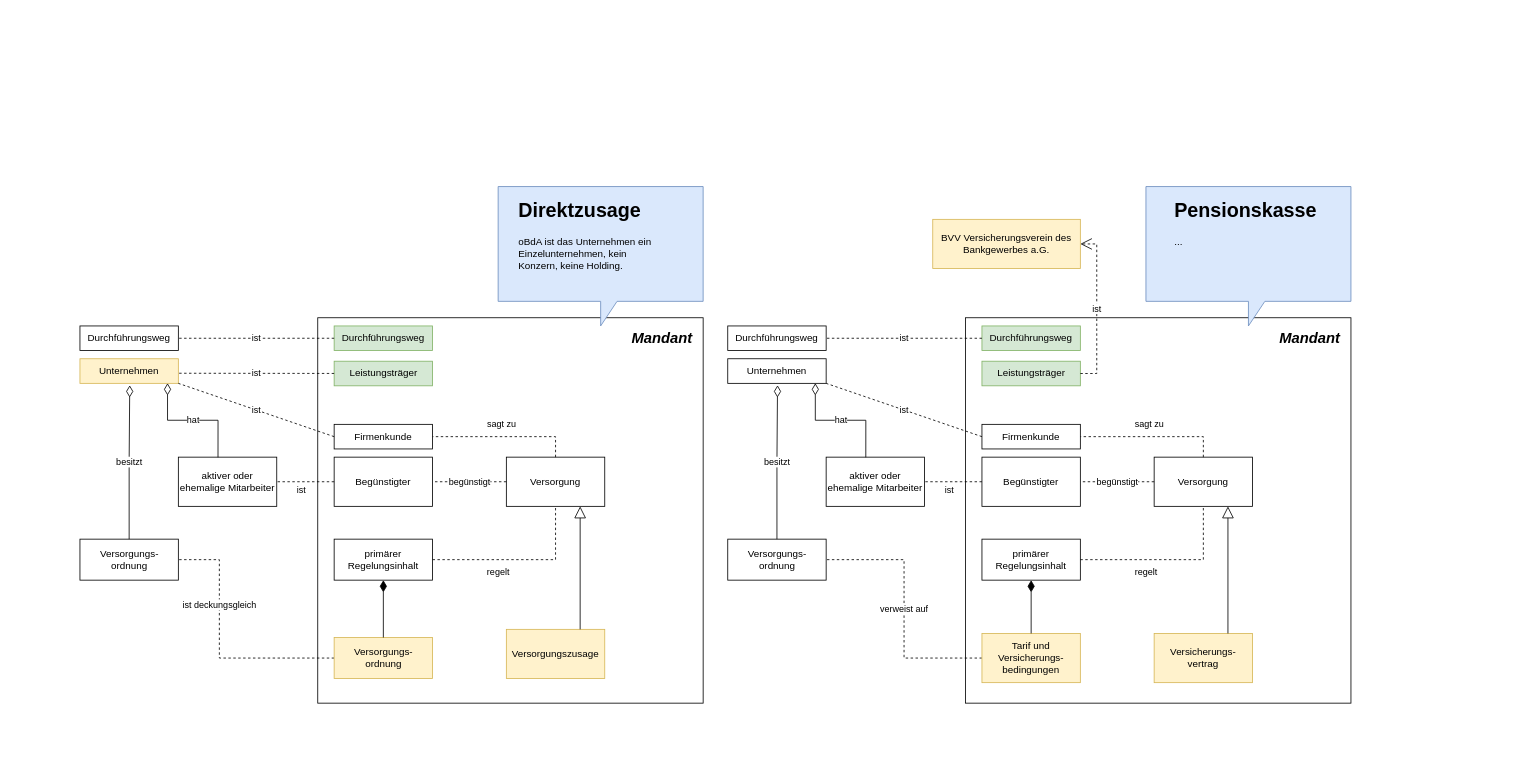
tzepter/diagrams keeps this draw.io diagram as struktur_bavos.drawio. Above is the earlier version. Source tidied: cells renumbered, new cells numbered last; positions are measured from the earlier drawing's top-left corner, leaving out a move shared by most shapes. Both pictures are drawn from the tidied source at 82%, with x=0, y=0 at pixel (80, 186).
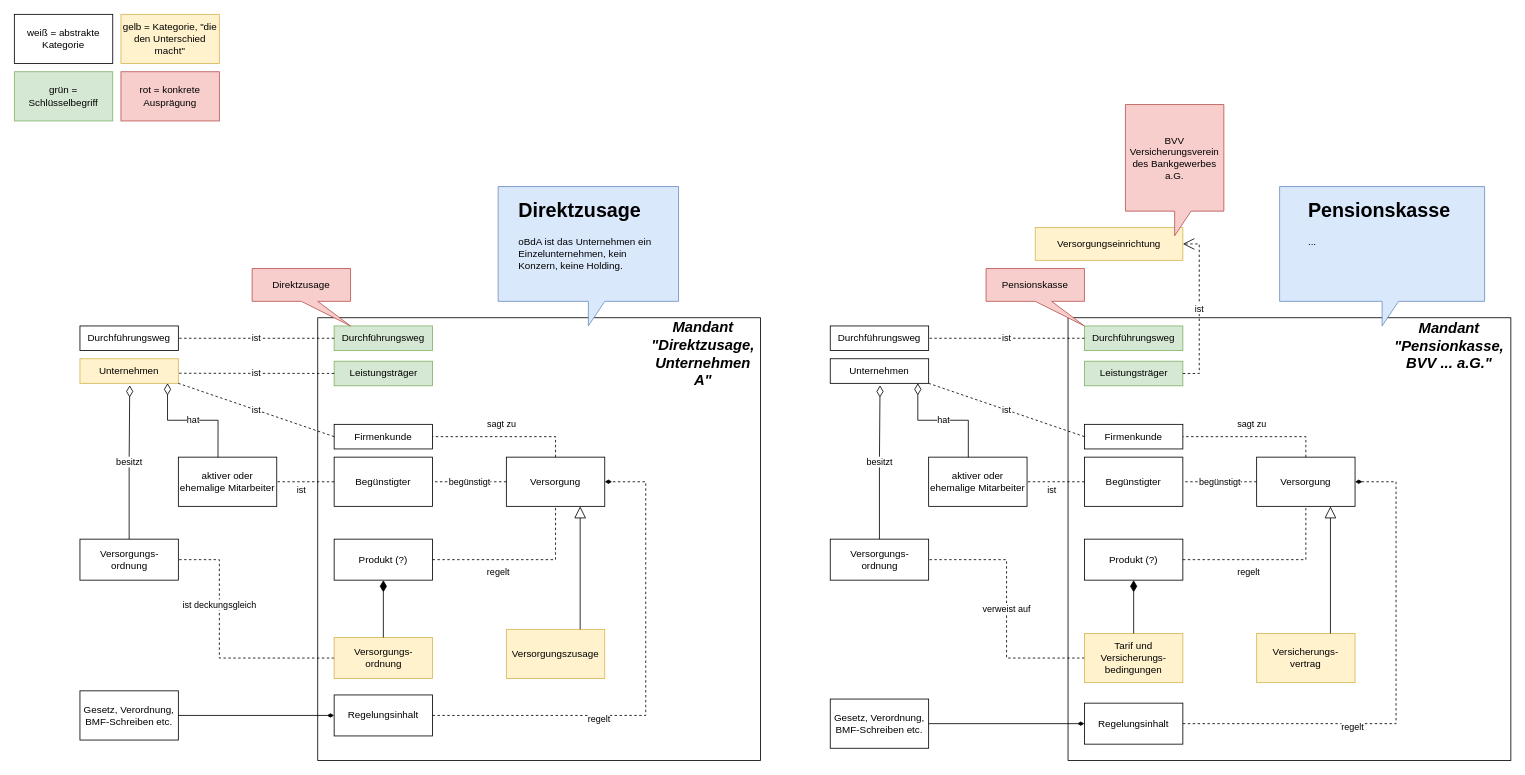
The same page after the edit.

Unchanged cells that the change refers to:
```xml
<mxCell id="18" value="&lt;div&gt;Versorgung&lt;/div&gt;" style="rounded=0;whiteSpace=wrap;html=1;" parent="1" vertex="1">
  <mxGeometry x="520" y="330" width="120" height="60" as="geometry" />
</mxCell>
```

Change to the diagram source:
```diff
@@
     <mxCell id="2" style="whiteSpace=wrap;html=1;" parent="1" vertex="1">
-      <mxGeometry x="290" y="160" width="470" height="470" as="geometry" />
+      <mxGeometry x="290" y="160" width="540" height="540" as="geometry" />
     </mxCell>
@@
-    <mxCell id="11" value="primärer Regelungsinhalt" style="rounded=0;whiteSpace=wrap;html=1;" parent="1" vertex="1">
+    <mxCell id="11" value="Produkt (?)" style="rounded=0;whiteSpace=wrap;html=1;" parent="1" vertex="1">
       <mxGeometry x="310" y="430" width="120" height="50" as="geometry" />
     </mxCell>
@@
     <mxCell id="23" style="whiteSpace=wrap;html=1;" parent="1" vertex="1">
-      <mxGeometry x="1080" y="160" width="470" height="470" as="geometry" />
+      <mxGeometry x="1205" y="160" width="540" height="540" as="geometry" />
     </mxCell>
     <mxCell id="24" value="&lt;div&gt;Unternehmen&lt;/div&gt;" style="rounded=0;whiteSpace=wrap;html=1;" parent="1" vertex="1">
-      <mxGeometry x="790" y="210" width="120" height="30" as="geometry" />
+      <mxGeometry x="915" y="210" width="120" height="30" as="geometry" />
     </mxCell>
     <mxCell id="25" value="Durchführungsweg" style="rounded=0;whiteSpace=wrap;html=1;" parent="1" vertex="1">
-      <mxGeometry x="790" y="170" width="120" height="30" as="geometry" />
+      <mxGeometry x="915" y="170" width="120" height="30" as="geometry" />
     </mxCell>
     <mxCell id="26" value="Leistungsträger" style="html=1;fillColor=#d5e8d4;strokeColor=#82b366;" parent="1" vertex="1">
-      <mxGeometry x="1100" y="213" width="120" height="30" as="geometry" />
+      <mxGeometry x="1225" y="213" width="120" height="30" as="geometry" />
     </mxCell>
     <mxCell id="27" value="Durchführungsweg" style="rounded=0;whiteSpace=wrap;html=1;fillColor=#d5e8d4;strokeColor=#82b366;" parent="1" vertex="1">
-      <mxGeometry x="1100" y="170" width="120" height="30" as="geometry" />
+      <mxGeometry x="1225" y="170" width="120" height="30" as="geometry" />
     </mxCell>
     <mxCell id="28" value="ist" style="endArrow=open;endSize=12;dashed=1;html=1;rounded=0;entryX=1;entryY=0.5;entryDx=0;entryDy=0;exitX=1;exitY=0.5;exitDx=0;exitDy=0;edgeStyle=orthogonalEdgeStyle;" parent="1" edge="1" source="26" target="44">
       <mxGeometry relative="1" as="geometry">
         <Array as="points">
-          <mxPoint x="1240" y="228" />
-          <mxPoint x="1240" y="70" />
+          <mxPoint x="1365" y="228" />
+          <mxPoint x="1365" y="70" />
         </Array>
       </mxGeometry>
     </mxCell>
@@
     <mxCell id="30" value="&lt;div&gt;Versorgungs-&lt;/div&gt;&lt;div&gt;ordnung&lt;/div&gt;" style="html=1;" parent="1" vertex="1">
-      <mxGeometry x="790" y="430" width="120" height="50" as="geometry" />
+      <mxGeometry x="915" y="430" width="120" height="50" as="geometry" />
     </mxCell>
@@
-    <mxCell id="32" value="primärer Regelungsinhalt" style="rounded=0;whiteSpace=wrap;html=1;" parent="1" vertex="1">
-      <mxGeometry x="1100" y="430" width="120" height="50" as="geometry" />
+    <mxCell id="32" value="Produkt (?)" style="rounded=0;whiteSpace=wrap;html=1;" parent="1" vertex="1">
+      <mxGeometry x="1225" y="430" width="120" height="50" as="geometry" />
     </mxCell>
     <mxCell id="33" value="Firmenkunde" style="rounded=0;whiteSpace=wrap;html=1;" parent="1" vertex="1">
-      <mxGeometry x="1100" y="290" width="120" height="30" as="geometry" />
+      <mxGeometry x="1225" y="290" width="120" height="30" as="geometry" />
     </mxCell>
     <mxCell id="34" value="Begünstigter" style="rounded=0;whiteSpace=wrap;html=1;" parent="1" vertex="1">
-      <mxGeometry x="1100" y="330" width="120" height="60" as="geometry" />
+      <mxGeometry x="1225" y="330" width="120" height="60" as="geometry" />
     </mxCell>
     <mxCell id="35" value="aktiver oder ehemalige Mitarbeiter" style="rounded=0;whiteSpace=wrap;html=1;" parent="1" vertex="1">
-      <mxGeometry x="910" y="330" width="120" height="60" as="geometry" />
+      <mxGeometry x="1035" y="330" width="120" height="60" as="geometry" />
     </mxCell>
@@
     <mxCell id="39" value="&lt;div&gt;Versorgung&lt;/div&gt;" style="rounded=0;whiteSpace=wrap;html=1;" parent="1" vertex="1">
-      <mxGeometry x="1310" y="330" width="120" height="60" as="geometry" />
+      <mxGeometry x="1435" y="330" width="120" height="60" as="geometry" />
     </mxCell>
     <mxCell id="40" value="sagt zu" style="endArrow=none;endSize=12;dashed=1;html=1;rounded=0;exitX=0.5;exitY=0;exitDx=0;exitDy=0;entryX=1;entryY=0.5;entryDx=0;entryDy=0;endFill=0;" parent="1" edge="1" source="39" target="33">
       <mxGeometry x="0.04" y="-15" relative="1" as="geometry">
         <Array as="points">
-          <mxPoint x="1370" y="305" />
+          <mxPoint x="1495" y="305" />
         </Array>
       </mxGeometry>
     </mxCell>
@@
     <mxCell id="43" value="regelt" style="endArrow=none;endSize=12;dashed=1;html=1;rounded=0;exitX=1;exitY=0.5;exitDx=0;exitDy=0;entryX=0.5;entryY=1;entryDx=0;entryDy=0;endFill=0;" parent="1" edge="1" source="32" target="39">
       <mxGeometry x="-0.26" y="-15" relative="1" as="geometry">
         <Array as="points">
-          <mxPoint x="1370" y="455" />
+          <mxPoint x="1495" y="455" />
         </Array>
       </mxGeometry>
     </mxCell>
-    <mxCell id="44" value="BVV Versicherungsverein des Bankgewerbes a.G." style="rounded=0;whiteSpace=wrap;html=1;fillColor=#fff2cc;strokeColor=#d6b656;" parent="1" vertex="1">
-      <mxGeometry x="1040" y="40" width="180" height="60" as="geometry" />
+    <mxCell id="44" value="Versorgungseinrichtung" style="rounded=0;whiteSpace=wrap;html=1;fillColor=#fff2cc;strokeColor=#d6b656;" parent="1" vertex="1">
+      <mxGeometry x="1165" y="50" width="180" height="40" as="geometry" />
     </mxCell>
     <mxCell id="45" style="shape=callout;whiteSpace=wrap;html=1;perimeter=calloutPerimeter;fillColor=#dae8fc;strokeColor=#6c8ebf;" parent="1" vertex="1">
-      <mxGeometry x="510" width="250" height="170" as="geometry" />
+      <mxGeometry x="510" width="220" height="170" as="geometry" />
     </mxCell>
@@
     <mxCell id="47" style="shape=callout;whiteSpace=wrap;html=1;perimeter=calloutPerimeter;fillColor=#dae8fc;strokeColor=#6c8ebf;" parent="1" vertex="1">
-      <mxGeometry x="1300" width="250" height="170" as="geometry" />
+      <mxGeometry x="1463" width="250" height="170" as="geometry" />
     </mxCell>
     <mxCell id="48" value="&lt;h1&gt;Pensionskasse&lt;br&gt;&lt;/h1&gt;&lt;p&gt;...&lt;br&gt;&lt;/p&gt;" style="text;html=1;strokeColor=none;fillColor=none;spacing=5;spacingTop=-20;whiteSpace=wrap;overflow=hidden;rounded=0;" parent="1" vertex="1">
-      <mxGeometry x="1330" y="10" width="190" height="120" as="geometry" />
+      <mxGeometry x="1493" y="10" width="190" height="120" as="geometry" />
     </mxCell>
     <mxCell id="49" value="Tarif und Versicherungs-bedingungen" style="rounded=0;whiteSpace=wrap;html=1;fillColor=#fff2cc;strokeColor=#d6b656;" parent="1" vertex="1">
-      <mxGeometry x="1100" y="545" width="120" height="60" as="geometry" />
+      <mxGeometry x="1225" y="545" width="120" height="60" as="geometry" />
     </mxCell>
@@
     <mxCell id="54" value="Versicherungs- vertrag" style="rounded=0;whiteSpace=wrap;html=1;fillColor=#fff2cc;strokeColor=#d6b656;" parent="1" vertex="1">
-      <mxGeometry x="1310" y="545" width="120" height="60" as="geometry" />
+      <mxGeometry x="1435" y="545" width="120" height="60" as="geometry" />
     </mxCell>
@@
-    <mxCell id="57" value="&lt;i&gt;&lt;b&gt;&lt;font style=&quot;font-size: 13px;&quot;&gt;&lt;font style=&quot;font-size: 14px;&quot;&gt;&lt;font style=&quot;font-size: 15px;&quot;&gt;&lt;font style=&quot;font-size: 16px;&quot;&gt;&lt;font style=&quot;font-size: 17px;&quot;&gt;&lt;font style=&quot;font-size: 18px;&quot;&gt;Mandant&lt;/font&gt;&lt;/font&gt;&lt;/font&gt;&lt;/font&gt;&lt;/font&gt;&lt;/font&gt;&lt;/b&gt;&lt;/i&gt;" style="text;html=1;strokeColor=none;fillColor=none;align=center;verticalAlign=middle;whiteSpace=wrap;rounded=0;" parent="1" vertex="1">
-      <mxGeometry x="680" y="170" width="60" height="30" as="geometry" />
+    <mxCell id="57" value="&lt;i&gt;&lt;b&gt;&lt;font style=&quot;font-size: 13px;&quot;&gt;&lt;font style=&quot;font-size: 14px;&quot;&gt;&lt;font style=&quot;font-size: 15px;&quot;&gt;&lt;font style=&quot;font-size: 16px;&quot;&gt;&lt;font style=&quot;font-size: 17px;&quot;&gt;&lt;font style=&quot;font-size: 18px;&quot;&gt;Mandant &quot;Direktzusage, Unternehmen A&quot;&lt;/font&gt;&lt;/font&gt;&lt;/font&gt;&lt;/font&gt;&lt;/font&gt;&lt;/font&gt;&lt;/b&gt;&lt;/i&gt;" style="text;html=1;strokeColor=none;fillColor=none;align=center;verticalAlign=middle;whiteSpace=wrap;rounded=0;" parent="1" vertex="1">
+      <mxGeometry x="730" y="190" width="60" height="30" as="geometry" />
     </mxCell>
-    <mxCell id="58" value="&lt;i&gt;&lt;b&gt;&lt;font style=&quot;font-size: 13px;&quot;&gt;&lt;font style=&quot;font-size: 14px;&quot;&gt;&lt;font style=&quot;font-size: 15px;&quot;&gt;&lt;font style=&quot;font-size: 16px;&quot;&gt;&lt;font style=&quot;font-size: 17px;&quot;&gt;&lt;font style=&quot;font-size: 18px;&quot;&gt;Mandant&lt;/font&gt;&lt;/font&gt;&lt;/font&gt;&lt;/font&gt;&lt;/font&gt;&lt;/font&gt;&lt;/b&gt;&lt;/i&gt;" style="text;html=1;strokeColor=none;fillColor=none;align=center;verticalAlign=middle;whiteSpace=wrap;rounded=0;" parent="1" vertex="1">
-      <mxGeometry x="1470" y="170" width="60" height="30" as="geometry" />
+    <mxCell id="58" value="&lt;i&gt;&lt;b&gt;&lt;font style=&quot;font-size: 13px;&quot;&gt;&lt;font style=&quot;font-size: 14px;&quot;&gt;&lt;font style=&quot;font-size: 15px;&quot;&gt;&lt;font style=&quot;font-size: 16px;&quot;&gt;&lt;font style=&quot;font-size: 17px;&quot;&gt;&lt;font style=&quot;font-size: 18px;&quot;&gt;Mandant &quot;Pensionkasse, BVV ... a.G.&quot;&lt;/font&gt;&lt;/font&gt;&lt;/font&gt;&lt;/font&gt;&lt;/font&gt;&lt;/font&gt;&lt;/b&gt;&lt;/i&gt;" style="text;html=1;strokeColor=none;fillColor=none;align=center;verticalAlign=middle;whiteSpace=wrap;rounded=0;" parent="1" vertex="1">
+      <mxGeometry x="1640" y="180" width="60" height="30" as="geometry" />
     </mxCell>
+    <mxCell id="59" value="BVV Versicherungsverein des Bankgewerbes a.G." style="shape=callout;whiteSpace=wrap;html=1;perimeter=calloutPerimeter;fillColor=#f8cecc;strokeColor=#b85450;" parent="1" vertex="1">
+      <mxGeometry x="1275" y="-100" width="120" height="160" as="geometry" />
+    </mxCell>
+    <mxCell id="60" style="edgeStyle=orthogonalEdgeStyle;rounded=0;jettySize=auto;html=1;startArrow=none;startFill=0;endArrow=diamondThin;endFill=1;dashed=1;" parent="1" edge="1" source="62" target="18">
+      <mxGeometry relative="1" as="geometry">
+        <Array as="points">
+          <mxPoint x="690" y="645" />
+          <mxPoint x="690" y="360" />
+        </Array>
+      </mxGeometry>
+    </mxCell>
+    <mxCell id="61" value="regelt" style="edgeLabel;html=1;align=center;verticalAlign=middle;" parent="60" vertex="1">
+      <mxGeometry x="-0.32" y="-3" relative="1" as="geometry" />
+    </mxCell>
+    <mxCell id="62" value="Regelungsinhalt" style="rounded=0;whiteSpace=wrap;html=1;" parent="1" vertex="1">
+      <mxGeometry x="310" y="620" width="120" height="50" as="geometry" />
+    </mxCell>
+    <mxCell id="63" value="Gesetz, Verordnung, BMF-Schreiben etc." style="rounded=0;whiteSpace=wrap;html=1;" parent="1" vertex="1">
+      <mxGeometry y="615" width="120" height="60" as="geometry" />
+    </mxCell>
+    <mxCell id="64" style="endArrow=diamondThin;html=1;rounded=0;exitX=1;exitY=0.5;exitDx=0;exitDy=0;entryX=0;entryY=0.5;entryDx=0;entryDy=0;startArrow=none;startFill=0;endFill=1;" parent="1" edge="1" source="63" target="62">
+      <mxGeometry relative="1" as="geometry" />
+    </mxCell>
+    <mxCell id="65" value="Pensionskasse" style="shape=callout;whiteSpace=wrap;html=1;perimeter=calloutPerimeter;position2=1;fillColor=#f8cecc;strokeColor=#b85450;" parent="1" vertex="1">
+      <mxGeometry x="1105" y="100" width="120" height="70" as="geometry" />
+    </mxCell>
+    <mxCell id="66" value="Direktzusage" style="shape=callout;whiteSpace=wrap;html=1;perimeter=calloutPerimeter;position2=1;fillColor=#f8cecc;strokeColor=#b85450;" parent="1" vertex="1">
+      <mxGeometry x="210" y="100" width="120" height="70" as="geometry" />
+    </mxCell>
+    <mxCell id="67" value="Gesetz, Verordnung, BMF-Schreiben etc." style="rounded=0;whiteSpace=wrap;html=1;" parent="1" vertex="1">
+      <mxGeometry x="915" y="625" width="120" height="60" as="geometry" />
+    </mxCell>
+    <mxCell id="68" value="Regelungsinhalt" style="rounded=0;whiteSpace=wrap;html=1;" parent="1" vertex="1">
+      <mxGeometry x="1225" y="630" width="120" height="50" as="geometry" />
+    </mxCell>
+    <mxCell id="69" style="endArrow=diamondThin;html=1;rounded=0;exitX=1;exitY=0.5;exitDx=0;exitDy=0;entryX=0;entryY=0.5;entryDx=0;entryDy=0;startArrow=none;startFill=0;endFill=1;" parent="1" edge="1" source="67" target="68">
+      <mxGeometry relative="1" as="geometry" />
+    </mxCell>
+    <mxCell id="70" style="edgeStyle=orthogonalEdgeStyle;rounded=0;jettySize=auto;html=1;startArrow=none;startFill=0;endArrow=diamondThin;endFill=1;dashed=1;entryX=1;entryY=0.5;entryDx=0;entryDy=0;" parent="1" edge="1" source="68" target="39">
+      <mxGeometry relative="1" as="geometry">
+        <Array as="points">
+          <mxPoint x="1605" y="655" />
+          <mxPoint x="1605" y="360" />
+        </Array>
+      </mxGeometry>
+    </mxCell>
+    <mxCell id="71" value="regelt" style="edgeLabel;html=1;align=center;verticalAlign=middle;" parent="70" vertex="1">
+      <mxGeometry x="-0.32" y="-3" relative="1" as="geometry" />
+    </mxCell>
+    <mxCell id="72" style="edgeStyle=orthogonalEdgeStyle;rounded=0;orthogonalLoop=1;jettySize=auto;html=1;exitX=0.5;exitY=1;exitDx=0;exitDy=0;dashed=1;startArrow=none;startFill=0;endArrow=diamondThin;endFill=1;" parent="1" edge="1" source="57" target="57">
+      <mxGeometry relative="1" as="geometry" />
+    </mxCell>
+    <mxCell id="73" value="weiß = abstrakte Kategorie" style="rounded=0;whiteSpace=wrap;html=1;" parent="1" vertex="1">
+      <mxGeometry x="-80" y="-210" width="120" height="60" as="geometry" />
+    </mxCell>
+    <mxCell id="74" value="grün = Schlüsselbegriff" style="rounded=0;whiteSpace=wrap;html=1;fillColor=#d5e8d4;strokeColor=#82b366;" parent="1" vertex="1">
+      <mxGeometry x="-80" y="-140" width="120" height="60" as="geometry" />
+    </mxCell>
+    <mxCell id="75" value="gelb = Kategorie, &quot;die den Unterschied macht&quot;" style="rounded=0;whiteSpace=wrap;html=1;fillColor=#fff2cc;strokeColor=#d6b656;" parent="1" vertex="1">
+      <mxGeometry x="50" y="-210" width="120" height="60" as="geometry" />
+    </mxCell>
+    <mxCell id="76" value="rot = konkrete Ausprägung" style="rounded=0;whiteSpace=wrap;html=1;fillColor=#f8cecc;strokeColor=#b85450;" parent="1" vertex="1">
+      <mxGeometry x="50" y="-140" width="120" height="60" as="geometry" />
+    </mxCell>
```
